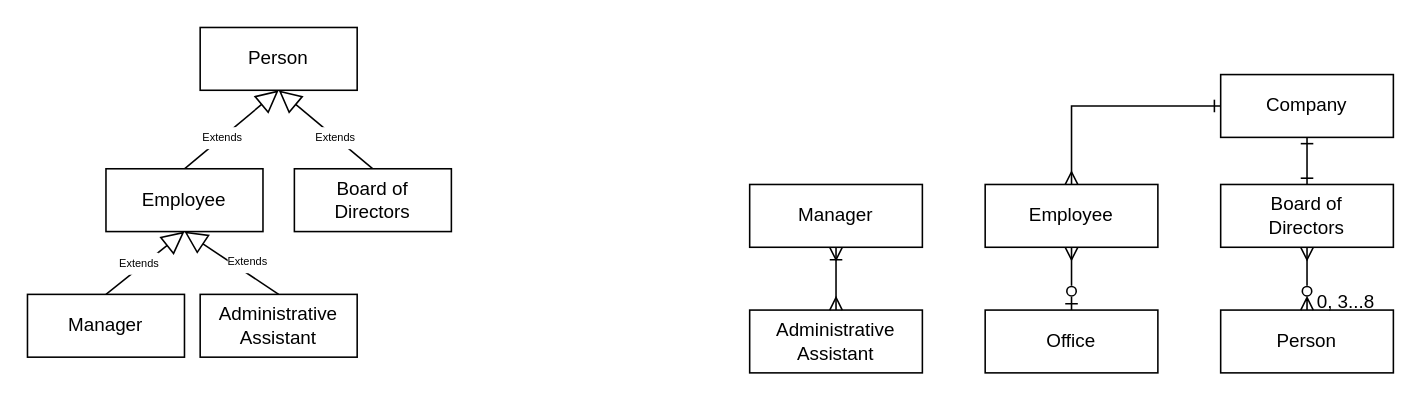
The draw.io diagram Hw2/Class Diagram.drawio in Niomoo/Object-Oriented-Software-Programming, before the edit. Source tidied: cells renumbered, new cells numbered last; positions are measured from the earlier drawing's top-left corner, leaving out a move shared by most shapes. Both pictures are drawn from the tidied source at 157%, with x=0, y=0 at pixel (27, 27).
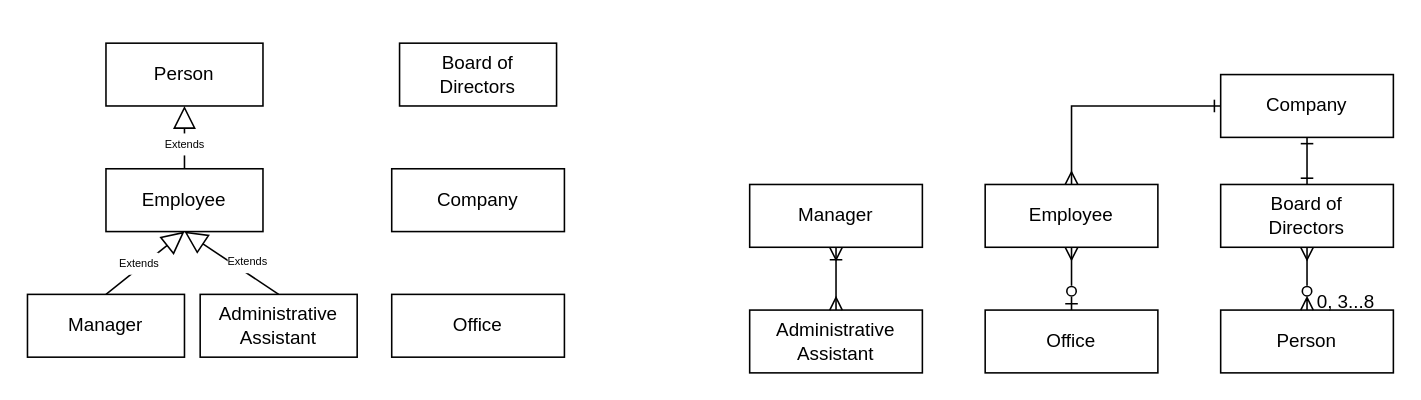
Above is the later version.

Change to the diagram source:
```diff
@@
     <mxCell id="15" value="Person" style="html=1;whiteSpace=wrap;" parent="1" vertex="1">
-      <mxGeometry x="110" width="100" height="40" as="geometry" />
+      <mxGeometry x="50" y="10" width="100" height="40" as="geometry" />
     </mxCell>
@@
-    <mxCell id="22" value="&lt;p style=&quot;line-height: 0%; font-size: 7px;&quot;&gt;&lt;font style=&quot;font-size: 7px;&quot;&gt;Extends&lt;/font&gt;&lt;/p&gt;" style="endArrow=block;endSize=12;endFill=0;html=1;rounded=0;entryX=0.5;entryY=1;entryDx=0;entryDy=0;jumpSize=6;fontSize=7;spacing=2;startSize=6;exitX=0.5;exitY=0;exitDx=0;exitDy=0;" parent="1" edge="1" source="23" target="15">
-      <mxGeometry x="-0.2" relative="1" as="geometry" />
-    </mxCell>
     <mxCell id="23" value="Board of&lt;br&gt;Directors" style="html=1;whiteSpace=wrap;" parent="1" vertex="1">
-      <mxGeometry x="170" y="90" width="100" height="40" as="geometry" />
+      <mxGeometry x="237" y="10" width="100" height="40" as="geometry" />
     </mxCell>
+    <mxCell id="24" value="Company" style="html=1;whiteSpace=wrap;" parent="1" vertex="1">
+      <mxGeometry x="232" y="90" width="110" height="40" as="geometry" />
+    </mxCell>
+    <mxCell id="25" value="Office" style="html=1;whiteSpace=wrap;" parent="1" vertex="1">
+      <mxGeometry x="232" y="170" width="110" height="40" as="geometry" />
+    </mxCell>
```
